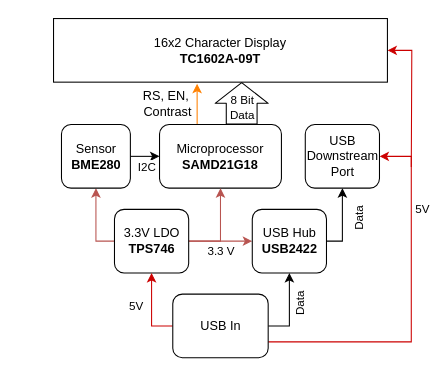
This is Architecture Overview.drawio from amohideen99/Everyday_Clock, a draw.io file, before an edit. Source tidied: cells renumbered, new cells numbered last; positions are measured from the earlier drawing's top-left corner, leaving out a move shared by most shapes. Both pictures are drawn from the tidied source at 106%, with x=0, y=0 at pixel (53, 18).
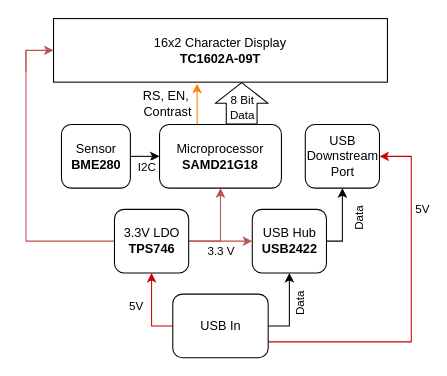
Above is the later version.

Commit message (it also covers changes not shown here):
finalized parts list w/ purchase link. finalized architecture overview. cleaned up files.

Unchanged cells that the change refers to:
```xml
<mxCell id="3" value="16x2 Character Display&lt;br&gt;&lt;b&gt;TC1602A-09T&lt;/b&gt;" style="rounded=0;whiteSpace=wrap;html=1;" parent="1" vertex="1">
  <mxGeometry width="315" height="60" as="geometry" />
</mxCell>
<mxCell id="9" value="3.3V LDO&lt;br&gt;&lt;b&gt;TPS746&lt;/b&gt;" style="rounded=1;whiteSpace=wrap;html=1;" parent="1" vertex="1">
  <mxGeometry x="57.5" y="180" width="70" height="60" as="geometry" />
</mxCell>
<mxCell id="18" value="Sensor&lt;br&gt;&lt;b&gt;BME280&lt;/b&gt;" style="rounded=1;whiteSpace=wrap;html=1;" parent="1" vertex="1">
  <mxGeometry x="7.5" y="100" width="65" height="60" as="geometry" />
</mxCell>
```

Diff of the diagram source:
```diff
@@
-    <mxCell id="2" style="edgeStyle=orthogonalEdgeStyle;rounded=0;jettySize=auto;html=1;exitX=1;exitY=0.5;exitDx=0;exitDy=0;strokeColor=#CC0000;startArrow=classic;startFill=1;endArrow=none;endFill=0;" parent="1" edge="1" source="3">
-      <mxGeometry relative="1" as="geometry">
-        <mxPoint x="337.5" y="140" as="targetPoint" />
-      </mxGeometry>
-    </mxCell>
+    <mxCell id="26" style="edgeStyle=orthogonalEdgeStyle;rounded=0;jettySize=auto;html=1;exitX=0;exitY=0.5;exitDx=0;exitDy=0;startArrow=classic;startFill=1;endArrow=none;endFill=0;fillColor=#f8cecc;strokeColor=#b85450;" parent="1" edge="1" source="3">
+      <mxGeometry relative="1" as="geometry">
+        <mxPoint x="-26" y="50" as="targetPoint" />
+      </mxGeometry>
+    </mxCell>
@@
-    <mxCell id="8" style="edgeStyle=orthogonalEdgeStyle;rounded=0;jettySize=auto;html=1;exitX=0;exitY=0.5;exitDx=0;exitDy=0;entryX=0.5;entryY=1;entryDx=0;entryDy=0;fillColor=#f8cecc;strokeColor=#b85450;" parent="1" edge="1" source="9" target="18">
+    <mxCell id="8" style="edgeStyle=orthogonalEdgeStyle;rounded=0;jettySize=auto;html=1;entryX=0;entryY=0.5;entryDx=0;entryDy=0;fillColor=#f8cecc;strokeColor=#b85450;endArrow=none;endFill=0;" parent="1" edge="1" target="9">
       <mxGeometry relative="1" as="geometry">
+        <mxPoint x="-26" y="30" as="sourcePoint" />
         <Array as="points">
-          <mxPoint x="40.5" y="210" />
+          <mxPoint x="-26" y="210" />
         </Array>
       </mxGeometry>
     </mxCell>
```
